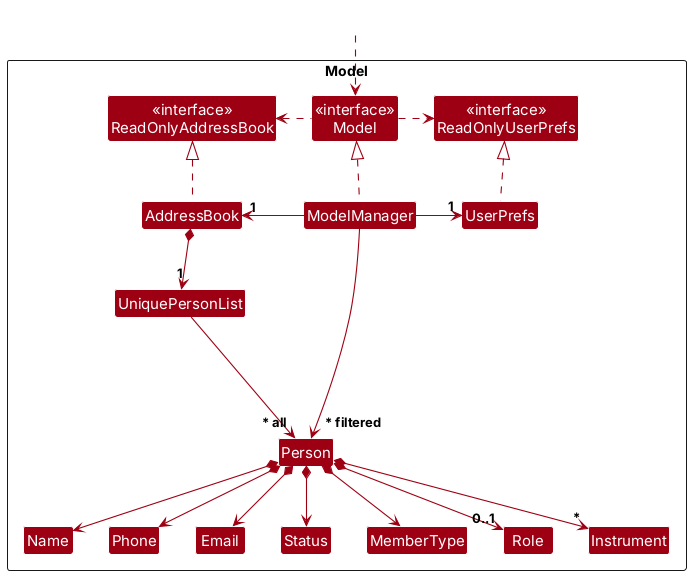
AY2627S1-CS2103T-T10-3/tp keeps this PlantUML diagram as docs/images/ModelClassDiagram.png. Above is the earlier version. Its diagram source:
```plantuml
@startuml
!include style.puml
skinparam arrowThickness 1.1
skinparam arrowColor MODEL_COLOR
skinparam classBackgroundColor MODEL_COLOR

Package Model as ModelPackage <<Rectangle>>{
Class "<<interface>>\nReadOnlyAddressBook" as ReadOnlyAddressBook
Class "<<interface>>\nReadOnlyUserPrefs" as ReadOnlyUserPrefs
Class "<<interface>>\nModel" as Model
Class AddressBook
Class ModelManager
Class UserPrefs

Class UniquePersonList
Class Person
Class Email
Class Name
Class Phone
Class Status
Class MemberType
Class Role
Class Instrument

Class I #FFFFFF
}

Class HiddenOutside #FFFFFF
HiddenOutside ..> Model

AddressBook .up.|> ReadOnlyAddressBook

ModelManager .up.|> Model
Model .right.> ReadOnlyUserPrefs
Model .left.> ReadOnlyAddressBook
ModelManager -left-> "1" AddressBook
ModelManager -right-> "1" UserPrefs
UserPrefs .up.|> ReadOnlyUserPrefs

AddressBook *--> "1" UniquePersonList
UniquePersonList --> "~* all" Person
Person *--> Name
Person *--> Phone
Person *--> Email
Person *--> Status
Person *--> MemberType
Person *--> "0..1" Role
Person *--> "*" Instrument

Person -[hidden]up--> I
UniquePersonList -[hidden]right-> I

Name -[hidden]right-> Phone
Phone -[hidden]right-> Email
Email -[hidden]right-> Status
Status -[hidden]right-> MemberType
MemberType -[hidden]right-> Role
Role -[hidden]right-> Instrument

ModelManager --> "~* filtered" Person
@enduml
```
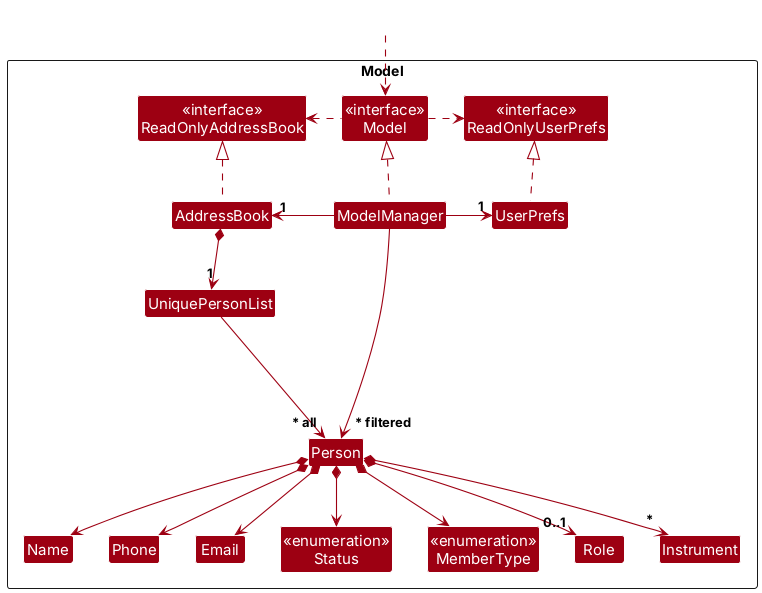
The same file after the commit.

Commit message:
Show Status and MemberType as enumerations

The model class diagram draws Status and MemberType as plain classes,
but both are Java enums.

Let's mark them with the <<enumeration>> stereotype, as UML expects.

What changed in the source:
```diff
@@ -17,8 +17,8 @@
 Class Email
 Class Name
 Class Phone
-Class Status
-Class MemberType
+Class "<<enumeration>>\nStatus" as Status
+Class "<<enumeration>>\nMemberType" as MemberType
 Class Role
 Class Instrument
 
```
